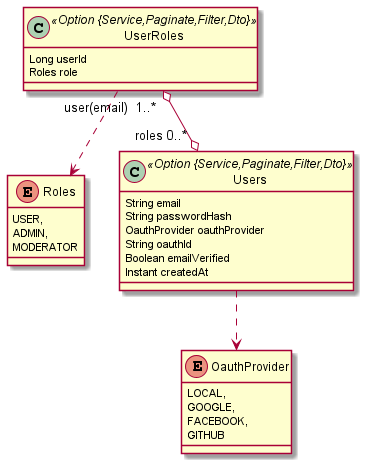
Earlier version of the PlantUML export infra/db/jdl/auth_db.png (shegga9x/AppF4). The source it was exported from:
```plantuml
@startuml
	!pragma syntax class
	enum Roles {
		USER,
		ADMIN,
		MODERATOR
	}
	enum OauthProvider {
		LOCAL,
		GOOGLE,
		FACEBOOK,
		GITHUB
	}
	class Users <<Option {Service,Paginate,Filter,Dto}>> {
		String email
		String passwordHash
		OauthProvider oauthProvider
		String oauthId
		Boolean emailVerified
		Instant createdAt
	}
	Users ..> OauthProvider
	class UserRoles <<Option {Service,Paginate,Filter,Dto}>> {
		Long userId
		Roles role
	}
	UserRoles ..> Roles
	UserRoles  "user(email)  1..* " o--o "roles 0..* "  Users
@enduml
```
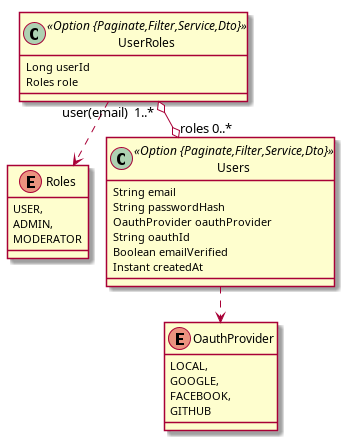
After the commit.

The edit, as a diff of the source:
```diff
@@ -1,4 +1,5 @@
 @startuml
+	!pragma layout smetana
 	!pragma syntax class
 	enum Roles {
 		USER,
@@ -11,7 +12,7 @@
 		FACEBOOK,
 		GITHUB
 	}
-	class Users <<Option {Service,Paginate,Filter,Dto}>> {
+	class Users <<Option {Paginate,Filter,Service,Dto}>> {
 		String email
 		String passwordHash
 		OauthProvider oauthProvider
@@ -20,7 +21,7 @@
 		Instant createdAt
 	}
 	Users ..> OauthProvider
-	class UserRoles <<Option {Service,Paginate,Filter,Dto}>> {
+	class UserRoles <<Option {Paginate,Filter,Service,Dto}>> {
 		Long userId
 		Roles role
 	}
```
